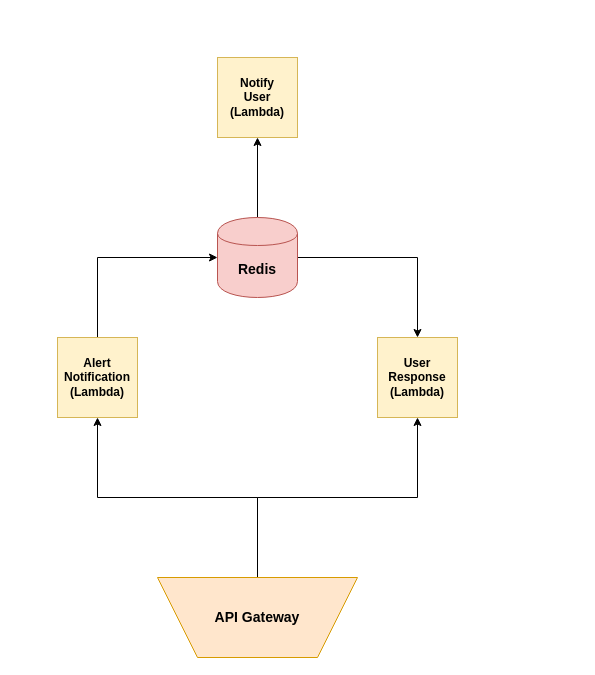
The draw.io diagram docs/diagrams/web_server_architecture.drawio in mozilla/MozDef-Triage-Bot, before the edit. Source tidied: cells renumbered, new cells numbered last; positions are measured from the earlier drawing's top-left corner, leaving out a move shared by most shapes. Both pictures are drawn from the tidied source at 100%, with x=0, y=0 at pixel (57, 57).
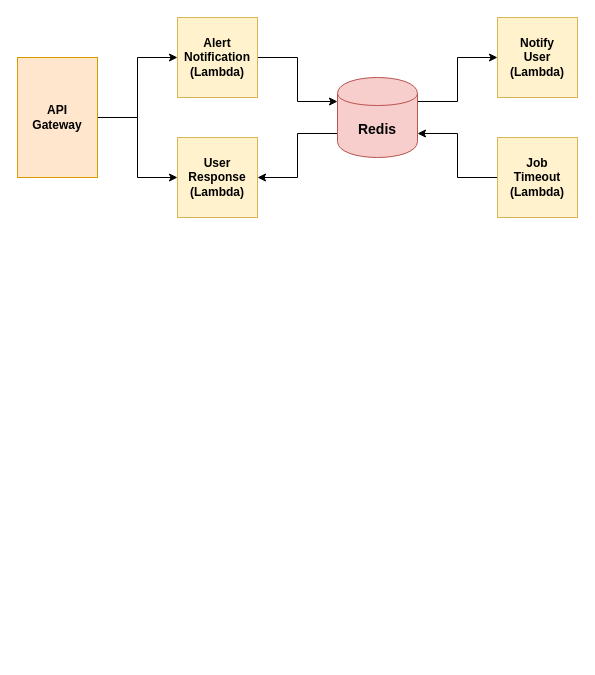
The same diagram, later.

Commit message (it also covers changes not shown here):
Improved web server arch diagram to include a fourth lambda function and more clearly show what reads from vs writes to redis

What changed in the source:
```diff
@@
 <mxGraphModel>
   <root>
     <mxCell id="0" />
     <mxCell id="1" parent="0" />
-    <mxCell id="2" style="edgeStyle=orthogonalEdgeStyle;rounded=0;jettySize=auto;html=1;exitX=0.5;exitY=1;exitDx=0;exitDy=0;" parent="1" edge="1" source="4" target="6">
-      <mxGeometry relative="1" as="geometry" />
-    </mxCell>
-    <mxCell id="3" style="edgeStyle=orthogonalEdgeStyle;rounded=0;jettySize=auto;html=1;exitX=0.5;exitY=1;exitDx=0;exitDy=0;entryX=0.5;entryY=1;entryDx=0;entryDy=0;" parent="1" edge="1" source="4" target="7">
-      <mxGeometry relative="1" as="geometry" />
-    </mxCell>
-    <mxCell id="4" style="shape=trapezoid;perimeter=trapezoidPerimeter;whiteSpace=wrap;rotation=180;html=1;fillColor=#ffe6cc;strokeColor=#d79b00;" parent="1" vertex="1">
-      <mxGeometry x="100" y="520" width="200" height="80" as="geometry" />
-    </mxCell>
-    <mxCell id="5" style="edgeStyle=orthogonalEdgeStyle;rounded=0;jettySize=auto;html=1;exitX=0.5;exitY=0;exitDx=0;exitDy=0;entryX=0;entryY=0.5;entryDx=0;entryDy=0;fontSize=14;" parent="1" edge="1" source="6" target="10">
+    <mxCell id="5" style="edgeStyle=orthogonalEdgeStyle;rounded=0;jettySize=auto;html=1;exitX=1;exitY=0.5;exitDx=0;exitDy=0;entryX=0;entryY=0.3;entryDx=0;entryDy=0;" parent="1" edge="1" source="6" target="10">
       <mxGeometry relative="1" as="geometry" />
     </mxCell>
     <mxCell id="6" value="Alert&lt;br&gt;Notification&lt;br&gt;(Lambda)" style="whiteSpace=wrap;html=1;fillColor=#fff2cc;strokeColor=#d6b656;fontStyle=1;" parent="1" vertex="1">
-      <mxGeometry y="280" width="80" height="80" as="geometry" />
+      <mxGeometry x="120" y="-40" width="80" height="80" as="geometry" />
     </mxCell>
     <mxCell id="7" value="User&lt;br&gt;Response&lt;br&gt;(Lambda)" style="whiteSpace=wrap;html=1;fillColor=#fff2cc;strokeColor=#d6b656;fontStyle=1;" parent="1" vertex="1">
-      <mxGeometry x="320" y="280" width="80" height="80" as="geometry" />
+      <mxGeometry x="120" y="80" width="80" height="80" as="geometry" />
     </mxCell>
-    <mxCell id="8" style="edgeStyle=orthogonalEdgeStyle;rounded=0;jettySize=auto;html=1;exitX=1;exitY=0.5;exitDx=0;exitDy=0;entryX=0.5;entryY=0;entryDx=0;entryDy=0;fontSize=14;" parent="1" edge="1" source="10" target="7">
+    <mxCell id="8" style="edgeStyle=orthogonalEdgeStyle;rounded=0;jettySize=auto;html=1;exitX=0;exitY=0.7;exitDx=0;exitDy=0;entryX=1;entryY=0.5;entryDx=0;entryDy=0;" parent="1" edge="1" source="10" target="7">
       <mxGeometry relative="1" as="geometry" />
     </mxCell>
-    <mxCell id="9" style="edgeStyle=orthogonalEdgeStyle;rounded=0;jettySize=auto;html=1;exitX=0.5;exitY=0;exitDx=0;exitDy=0;entryX=0.5;entryY=1;entryDx=0;entryDy=0;fontSize=14;" parent="1" edge="1" source="10" target="12">
+    <mxCell id="9" style="edgeStyle=orthogonalEdgeStyle;rounded=0;jettySize=auto;html=1;exitX=1;exitY=0.3;exitDx=0;exitDy=0;entryX=0;entryY=0.5;entryDx=0;entryDy=0;startArrow=none;startFill=0;" parent="1" edge="1" source="10" target="12">
       <mxGeometry relative="1" as="geometry" />
     </mxCell>
     <mxCell id="10" value="Redis" style="shape=cylinder;whiteSpace=wrap;html=1;boundedLbl=1;backgroundOutline=1;fontSize=14;fontStyle=1;fillColor=#f8cecc;strokeColor=#b85450;" parent="1" vertex="1">
-      <mxGeometry x="160" y="160" width="80" height="80" as="geometry" />
+      <mxGeometry x="280" y="20" width="80" height="80" as="geometry" />
     </mxCell>
+    <mxCell id="12" value="Notify&lt;br&gt;User&lt;br&gt;(Lambda)" style="whiteSpace=wrap;html=1;fillColor=#fff2cc;strokeColor=#d6b656;fontStyle=1;" parent="1" vertex="1">
+      <mxGeometry x="440" y="-40" width="80" height="80" as="geometry" />
+    </mxCell>
+    <mxCell id="13" style="edgeStyle=orthogonalEdgeStyle;rounded=0;jettySize=auto;html=1;exitX=0;exitY=0.5;exitDx=0;exitDy=0;entryX=1;entryY=0.7;entryDx=0;entryDy=0;startArrow=none;startFill=0;" parent="1" edge="1" source="14" target="10">
+      <mxGeometry relative="1" as="geometry" />
+    </mxCell>
+    <mxCell id="14" value="Job&lt;br&gt;Timeout&lt;br&gt;(Lambda)" style="whiteSpace=wrap;html=1;fillColor=#fff2cc;strokeColor=#d6b656;fontStyle=1;" parent="1" vertex="1">
+      <mxGeometry x="440" y="80" width="80" height="80" as="geometry" />
+    </mxCell>
+    <mxCell id="15" style="edgeStyle=orthogonalEdgeStyle;rounded=0;jettySize=auto;html=1;exitX=1;exitY=0.5;exitDx=0;exitDy=0;entryX=0;entryY=0.5;entryDx=0;entryDy=0;" parent="1" edge="1" source="11" target="6">
+      <mxGeometry relative="1" as="geometry" />
+    </mxCell>
+    <mxCell id="16" style="edgeStyle=orthogonalEdgeStyle;rounded=0;jettySize=auto;html=1;exitX=1;exitY=0.5;exitDx=0;exitDy=0;entryX=0;entryY=0.5;entryDx=0;entryDy=0;" parent="1" edge="1" source="11" target="7">
+      <mxGeometry relative="1" as="geometry" />
+    </mxCell>
-    <mxCell id="11" value="API Gateway" style="text;html=1;strokeColor=none;fillColor=none;align=center;verticalAlign=middle;whiteSpace=wrap;rounded=0;fontSize=14;fontStyle=1;" parent="1" vertex="1">
-      <mxGeometry x="130" y="555" width="140" height="10" as="geometry" />
+    <mxCell id="11" value="API&lt;br&gt;Gateway" style="rounded=0;whiteSpace=wrap;html=1;fontStyle=1;fillColor=#ffe6cc;strokeColor=#d79b00;" parent="1" vertex="1">
+      <mxGeometry x="-40" width="80" height="120" as="geometry" />
     </mxCell>
-    <mxCell id="12" value="Notify&lt;br&gt;User&lt;br&gt;(Lambda)" style="whiteSpace=wrap;html=1;fillColor=#fff2cc;strokeColor=#d6b656;fontStyle=1;" parent="1" vertex="1">
-      <mxGeometry x="160" width="80" height="80" as="geometry" />
-    </mxCell>
   </root>
 </mxGraphModel>
```
